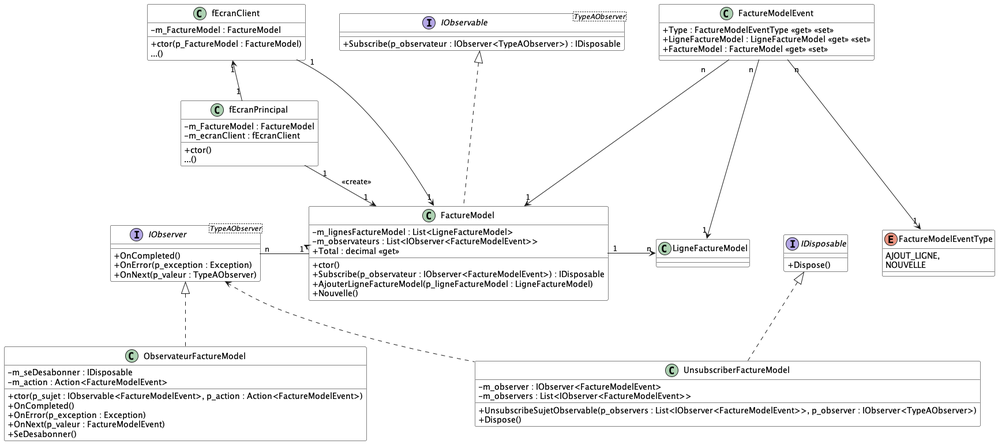
Before: images/Module10_Patrons_Conception02/diag/DiagFactureGen/DiagAppFactureGen.png, a diagram exported from PlantUML (PiFou86/420-W30-SF).
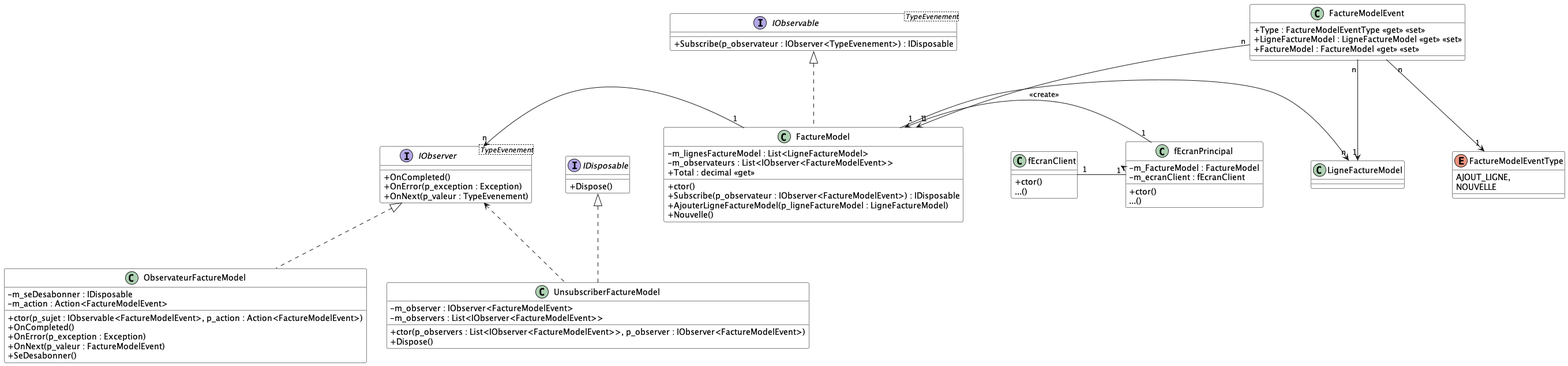
Above is the later version.

Diff of the diagram source:
```diff
@@ -10,14 +10,14 @@
     + Dispose()
 }
 
-interface IObservable<TypeAObserver> {
-    + Subscribe(p_observateur : IObserver<TypeAObserver>) : IDisposable
+interface IObservable<TypeEvenement> {
+    + Subscribe(p_observateur : IObserver<TypeEvenement>) : IDisposable
 }
 
-interface IObserver<TypeAObserver> {
+interface IObserver<TypeEvenement> {
     + OnCompleted()
     + OnError(p_exception : Exception)
-    + OnNext(p_valeur : TypeAObserver)
+    + OnNext(p_valeur : TypeEvenement)
 }
 
 class FactureModel {
@@ -38,8 +38,7 @@
 }
 
 class fEcranClient {
-    - m_FactureModel : FactureModel
-    + ctor(p_FactureModel : FactureModel)
+    + ctor()
     ...()
 }
 
@@ -56,7 +55,7 @@
 class UnsubscriberFactureModel {
     - m_observer : IObserver<FactureModelEvent>
     - m_observers : List<IObserver<FactureModelEvent>>
-    + UnsubscribeSujetObservable(p_observers : List<IObserver<FactureModelEvent>>, p_observer : IObserver<TypeAObserver>)
+    + ctor(p_observers : List<IObserver<FactureModelEvent>>, p_observer : IObserver<FactureModelEvent>)
     + Dispose()
 }
 
@@ -81,7 +80,6 @@
 FactureModel "1" -left-> "n" IObserver
 FactureModel "1" -right-> "n" LigneFactureModel
 
-fEcranClient "1" --> "1" FactureModel
 
 IObserver <|.. ObservateurFactureModel
 IDisposable <|.. UnsubscriberFactureModel
```
